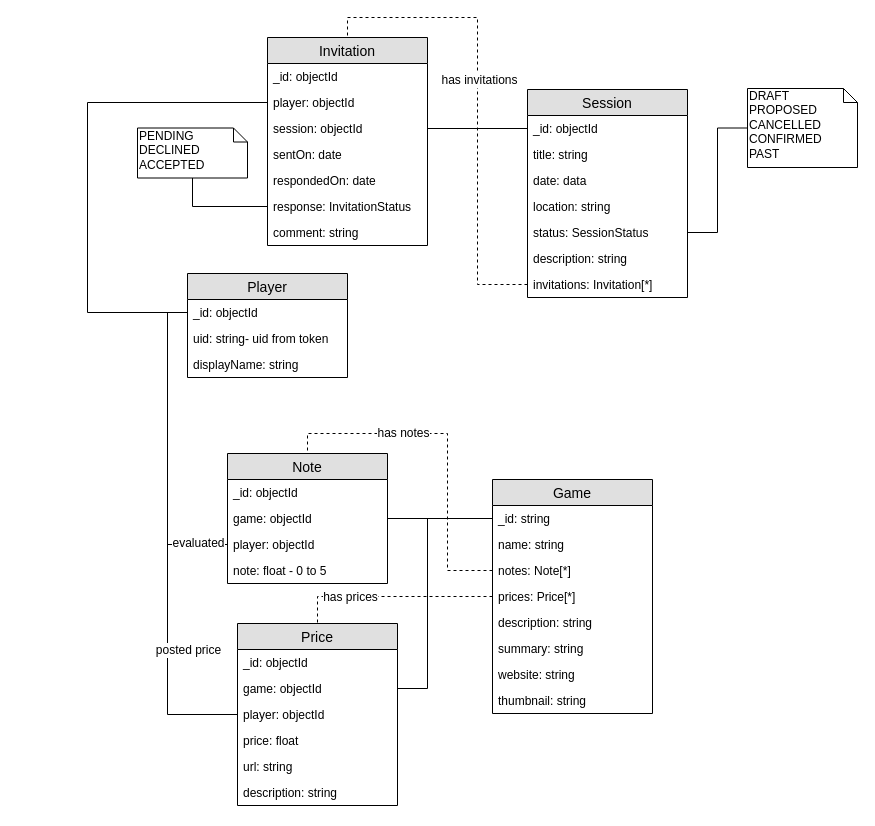
This is models.drawio from Nakasar/mimir-api, a draw.io file, before an edit. Source tidied: cells renumbered, new cells numbered last; positions are measured from the earlier drawing's top-left corner, leaving out a move shared by most shapes. Both pictures are drawn from the tidied source at 100%, with x=0, y=0 at pixel (87, 37).
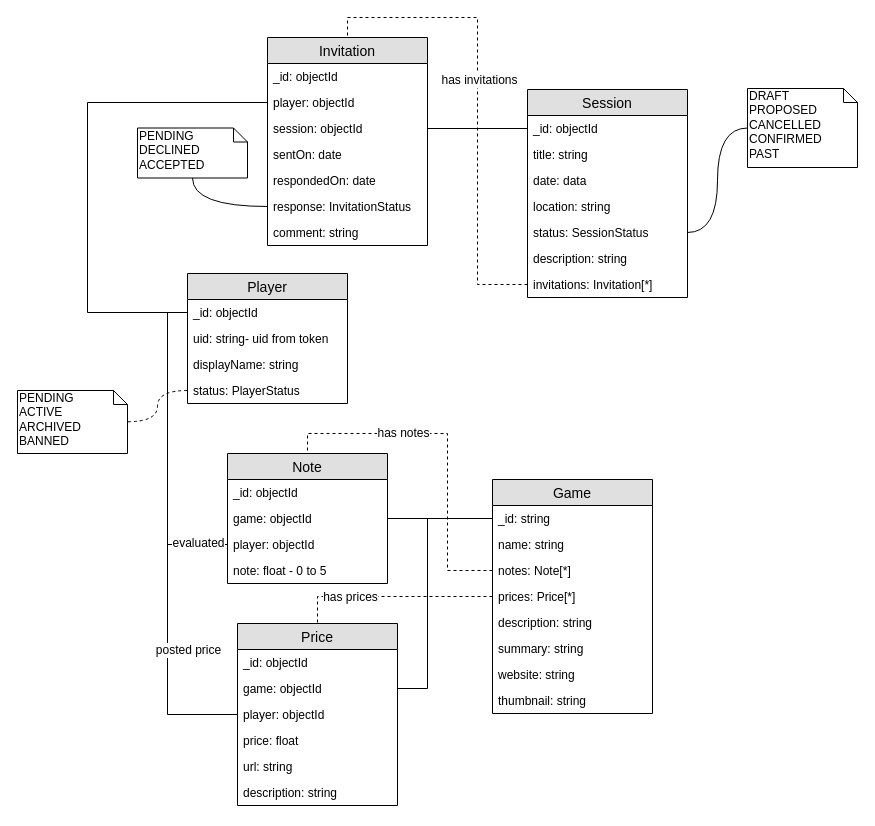
Above is the later version.

Unchanged cells that the change refers to:
```xml
<mxCell id="28" value="status: SessionStatus" style="text;strokeColor=none;fillColor=none;spacingLeft=4;spacingRight=4;overflow=hidden;points=[[0,0.5],[1,0.5]];portConstraint=eastwest;fontSize=12;" parent="23" vertex="1">
  <mxGeometry y="130" width="160" height="26" as="geometry" />
</mxCell>
<mxCell id="31" value="DRAFT&lt;br&gt;PROPOSED&lt;br&gt;CANCELLED&lt;br&gt;CONFIRMED&lt;br&gt;PAST&lt;br&gt;" style="shape=note;whiteSpace=wrap;html=1;size=14;verticalAlign=top;align=left;spacingTop=-6;" parent="1" vertex="1">
  <mxGeometry x="660" y="51" width="110" height="79" as="geometry" />
</mxCell>
<mxCell id="53" value="response: InvitationStatus" style="text;strokeColor=none;fillColor=none;spacingLeft=4;spacingRight=4;overflow=hidden;points=[[0,0.5],[1,0.5]];portConstraint=eastwest;fontSize=12;" parent="47" vertex="1">
  <mxGeometry y="156" width="160" height="26" as="geometry" />
</mxCell>
<mxCell id="58" value="PENDING&lt;br&gt;DECLINED&lt;br&gt;ACCEPTED&lt;br&gt;" style="shape=note;whiteSpace=wrap;html=1;size=14;verticalAlign=top;align=left;spacingTop=-6;" parent="1" vertex="1">
  <mxGeometry x="50" y="90.5" width="110" height="50" as="geometry" />
</mxCell>
```

What changed in the source:
```diff
@@
     <mxCell id="2" value="Player" style="swimlane;fontStyle=0;horizontal=1;startSize=26;fillColor=#e0e0e0;swimlaneFillColor=#ffffff;align=center;fontSize=14;" parent="1" vertex="1">
-      <mxGeometry x="100" y="236" width="160" height="104" as="geometry" />
+      <mxGeometry x="100" y="236" width="160" height="130" as="geometry" />
     </mxCell>
@@
+    <mxCell id="61" value="status: PlayerStatus" style="text;strokeColor=none;fillColor=none;spacingLeft=4;spacingRight=4;overflow=hidden;points=[[0,0.5],[1,0.5]];portConstraint=eastwest;fontSize=12;" parent="2" vertex="1">
+      <mxGeometry y="104" width="160" height="26" as="geometry" />
+    </mxCell>
@@
-    <mxCell id="32" style="edgeStyle=orthogonalEdgeStyle;rounded=0;jettySize=auto;html=1;exitX=1;exitY=0.5;exitDx=0;exitDy=0;entryX=0;entryY=0.5;entryDx=0;entryDy=0;entryPerimeter=0;endArrow=none;endFill=0;" parent="1" edge="1" source="28" target="31">
+    <mxCell id="32" style="edgeStyle=orthogonalEdgeStyle;jettySize=auto;html=1;exitX=1;exitY=0.5;exitDx=0;exitDy=0;entryX=0;entryY=0.5;entryDx=0;entryDy=0;entryPerimeter=0;endArrow=none;endFill=0;curved=1;" parent="1" edge="1" source="28" target="31">
       <mxGeometry relative="1" as="geometry" />
     </mxCell>
@@
-    <mxCell id="57" style="edgeStyle=orthogonalEdgeStyle;rounded=0;jettySize=auto;html=1;exitX=0.5;exitY=1;exitDx=0;exitDy=0;exitPerimeter=0;entryX=0;entryY=0.5;entryDx=0;entryDy=0;endArrow=none;endFill=0;" parent="1" edge="1" source="58" target="53">
+    <mxCell id="57" style="edgeStyle=orthogonalEdgeStyle;jettySize=auto;html=1;exitX=0.5;exitY=1;exitDx=0;exitDy=0;exitPerimeter=0;entryX=0;entryY=0.5;entryDx=0;entryDy=0;endArrow=none;endFill=0;curved=1;" parent="1" edge="1" source="58" target="53">
       <mxGeometry relative="1" as="geometry" />
     </mxCell>
@@
+    <mxCell id="62" value="PENDING&lt;br&gt;ACTIVE&lt;br&gt;ARCHIVED&lt;br&gt;BANNED&lt;br&gt;" style="shape=note;whiteSpace=wrap;html=1;size=14;verticalAlign=top;align=left;spacingTop=-6;" parent="1" vertex="1">
+      <mxGeometry x="-70" y="353" width="110" height="63" as="geometry" />
+    </mxCell>
+    <mxCell id="63" style="edgeStyle=orthogonalEdgeStyle;jettySize=auto;html=1;exitX=0;exitY=0.5;exitDx=0;exitDy=0;entryX=1;entryY=0.496;entryDx=0;entryDy=0;entryPerimeter=0;dashed=1;endArrow=none;endFill=0;curved=1;" parent="1" edge="1" source="61" target="62">
+      <mxGeometry relative="1" as="geometry" />
+    </mxCell>
```
